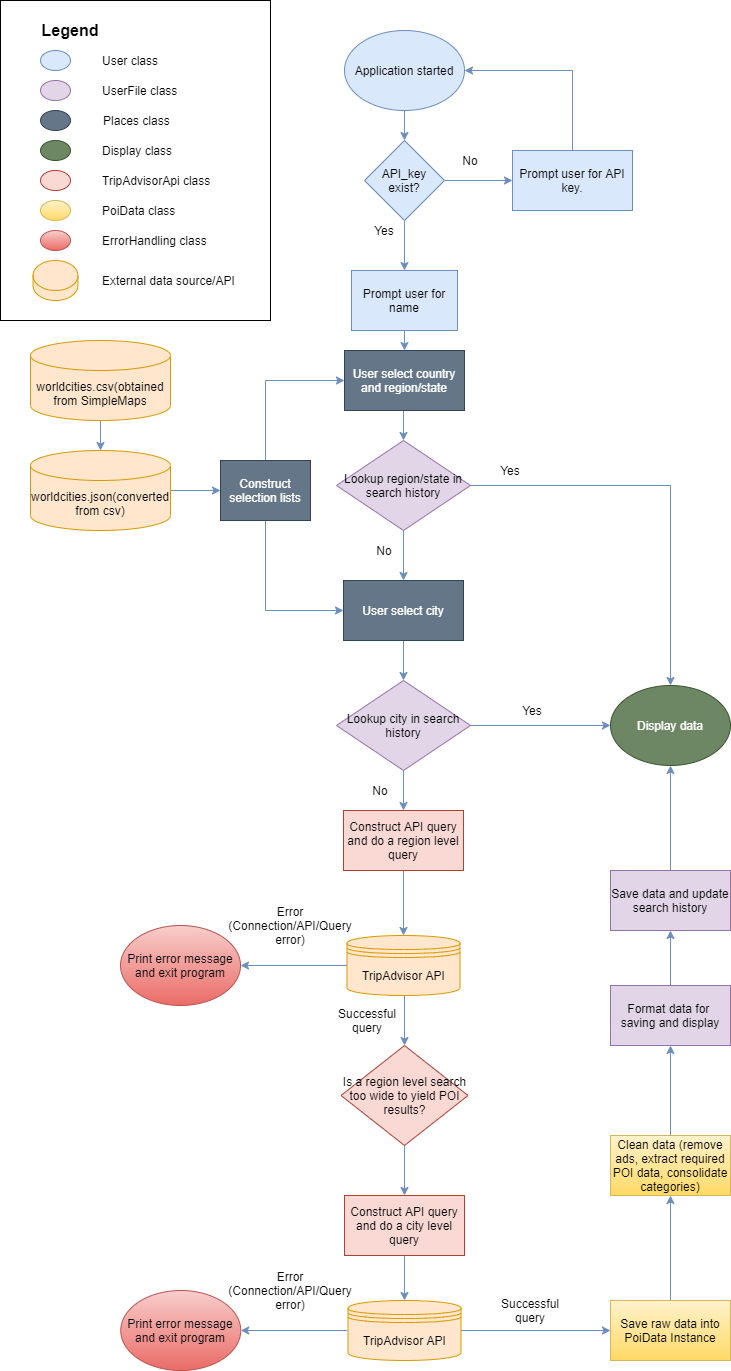
The draw.io diagram docs/application-logic.png in ashley190/travelapp, before a commit. Source tidied: cells renumbered, new cells last; positions are measured from the earlier drawing's top-left corner, leaving out a move shared by most shapes.
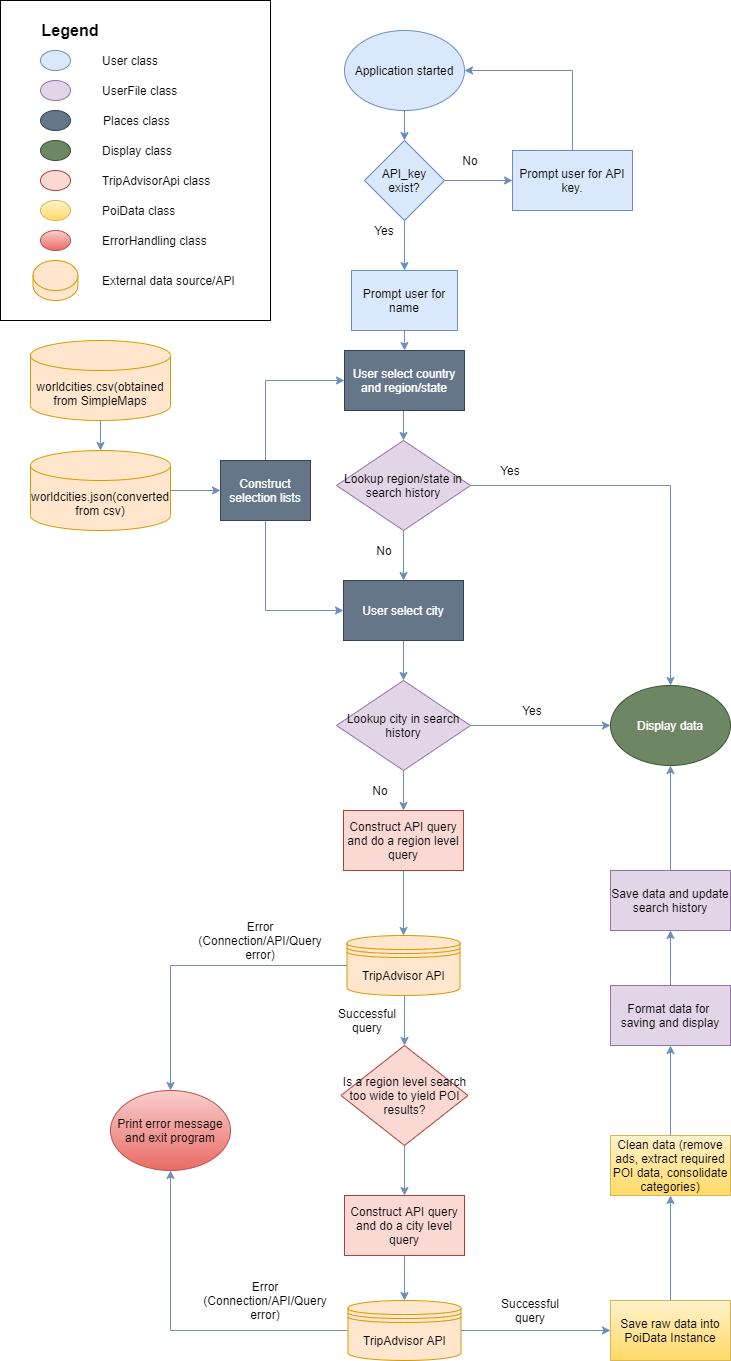
The same file after the commit.

What changed in the source:
```diff
@@ -118,17 +118,17 @@
     <mxCell id="39" value="Construct API query and do a city level query" style="rounded=0;whiteSpace=wrap;html=1;fillColor=#fad9d5;strokeColor=#ae4132;" parent="1" vertex="1">
       <mxGeometry x="344" y="1195" width="120" height="60" as="geometry" />
     </mxCell>
-    <mxCell id="40" style="edgeStyle=orthogonalEdgeStyle;rounded=0;jettySize=auto;html=1;exitX=0;exitY=0.5;exitDx=0;exitDy=0;entryX=1;entryY=0.5;entryDx=0;entryDy=0;fillColor=#dae8fc;strokeColor=#6c8ebf;" parent="1" edge="1" source="41" target="42">
+    <mxCell id="40" style="edgeStyle=orthogonalEdgeStyle;rounded=0;jettySize=auto;html=1;exitX=0;exitY=0.5;exitDx=0;exitDy=0;entryX=0.5;entryY=0;entryDx=0;entryDy=0;fillColor=#dae8fc;strokeColor=#6c8ebf;" parent="1" edge="1" source="41" target="42">
       <mxGeometry relative="1" as="geometry" />
     </mxCell>
     <mxCell id="41" value="TripAdvisor API" style="shape=datastore;whiteSpace=wrap;html=1;fillColor=#ffe6cc;strokeColor=#d79b00;" parent="1" vertex="1">
       <mxGeometry x="346.5" y="935" width="113" height="60" as="geometry" />
     </mxCell>
     <mxCell id="42" value="Print error message and exit program" style="ellipse;whiteSpace=wrap;html=1;fillColor=#f8cecc;strokeColor=#b85450;gradientColor=#ea6b66;" parent="1" vertex="1">
-      <mxGeometry x="120" y="925" width="120" height="80" as="geometry" />
+      <mxGeometry x="110" y="1090" width="120" height="80" as="geometry" />
     </mxCell>
     <mxCell id="43" value="Error (Connection/API/Query error)" style="text;html=1;align=center;verticalAlign=middle;whiteSpace=wrap;rounded=0;" parent="1" vertex="1">
-      <mxGeometry x="270" y="915" width="40" height="20" as="geometry" />
+      <mxGeometry x="240" y="930" width="40" height="20" as="geometry" />
     </mxCell>
     <mxCell id="44" style="edgeStyle=orthogonalEdgeStyle;rounded=0;jettySize=auto;html=1;exitX=1;exitY=0.5;exitDx=0;exitDy=0;entryX=0;entryY=0.5;entryDx=0;entryDy=0;fillColor=#dae8fc;strokeColor=#6c8ebf;" parent="1" edge="1" source="45" target="51">
       <mxGeometry relative="1" as="geometry" />
@@ -139,16 +139,13 @@
     <mxCell id="46" value="Successful query" style="text;html=1;align=center;verticalAlign=middle;whiteSpace=wrap;rounded=0;" parent="1" vertex="1">
       <mxGeometry x="347" y="1010" width="40" height="20" as="geometry" />
     </mxCell>
-    <mxCell id="47" style="edgeStyle=orthogonalEdgeStyle;rounded=0;jettySize=auto;html=1;exitX=0;exitY=0.5;exitDx=0;exitDy=0;entryX=1;entryY=0.5;entryDx=0;entryDy=0;fillColor=#dae8fc;strokeColor=#6c8ebf;" parent="1" edge="1" target="48">
+    <mxCell id="47" style="edgeStyle=orthogonalEdgeStyle;rounded=0;jettySize=auto;html=1;exitX=0;exitY=0.5;exitDx=0;exitDy=0;entryX=0.5;entryY=1;entryDx=0;entryDy=0;fillColor=#dae8fc;strokeColor=#6c8ebf;" parent="1" edge="1" target="42">
       <mxGeometry relative="1" as="geometry">
         <mxPoint x="346.8" y="1330" as="sourcePoint" />
       </mxGeometry>
     </mxCell>
-    <mxCell id="48" value="Print error message and exit program" style="ellipse;whiteSpace=wrap;html=1;fillColor=#f8cecc;strokeColor=#b85450;gradientColor=#ea6b66;" parent="1" vertex="1">
-      <mxGeometry x="120.2" y="1290" width="120" height="80" as="geometry" />
-    </mxCell>
     <mxCell id="49" value="Error (Connection/API/Query error)" style="text;html=1;align=center;verticalAlign=middle;whiteSpace=wrap;rounded=0;" parent="1" vertex="1">
-      <mxGeometry x="270.2" y="1280" width="40" height="20" as="geometry" />
+      <mxGeometry x="245" y="1290" width="40" height="20" as="geometry" />
     </mxCell>
     <mxCell id="50" style="edgeStyle=orthogonalEdgeStyle;rounded=0;jettySize=auto;html=1;exitX=0.5;exitY=0;exitDx=0;exitDy=0;entryX=0.5;entryY=1;entryDx=0;entryDy=0;fillColor=#dae8fc;strokeColor=#6c8ebf;" parent="1" edge="1" source="51" target="52">
       <mxGeometry relative="1" as="geometry" />
```
